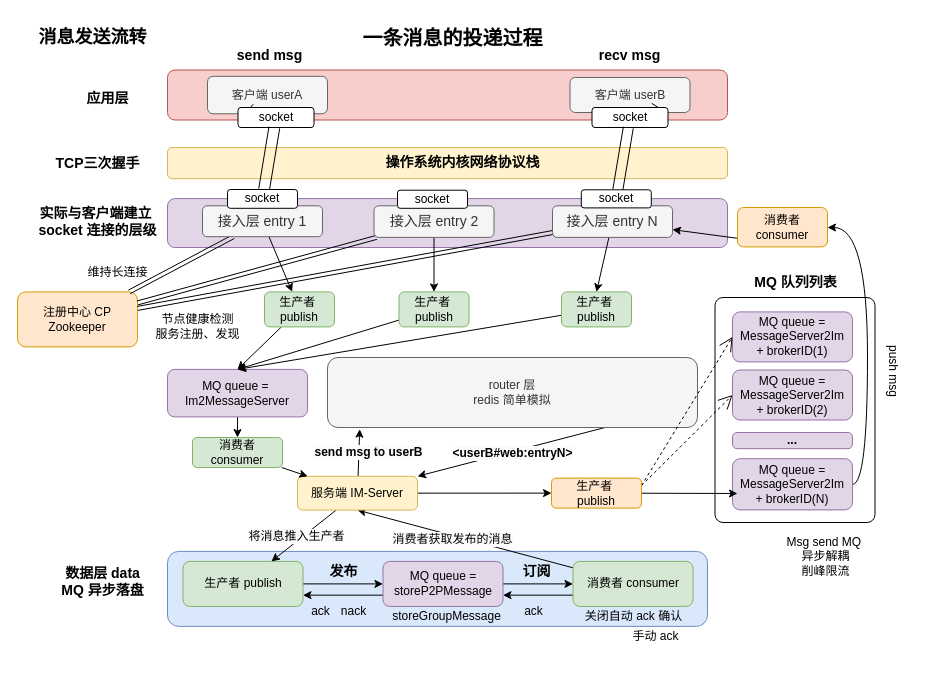
BanTanger/im-whale-shark keeps this draw.io diagram as page "消息投递过程分析" (9 of 12) of assert/design/im-system-design.drawio. Above is the earlier version. Source tidied: cells renumbered, new cells numbered last; positions are measured from the earlier drawing's top-left corner, leaving out a move shared by most shapes. Both pictures are drawn from the tidied source at 100%, with x=0, y=0 at pixel (17, 17).
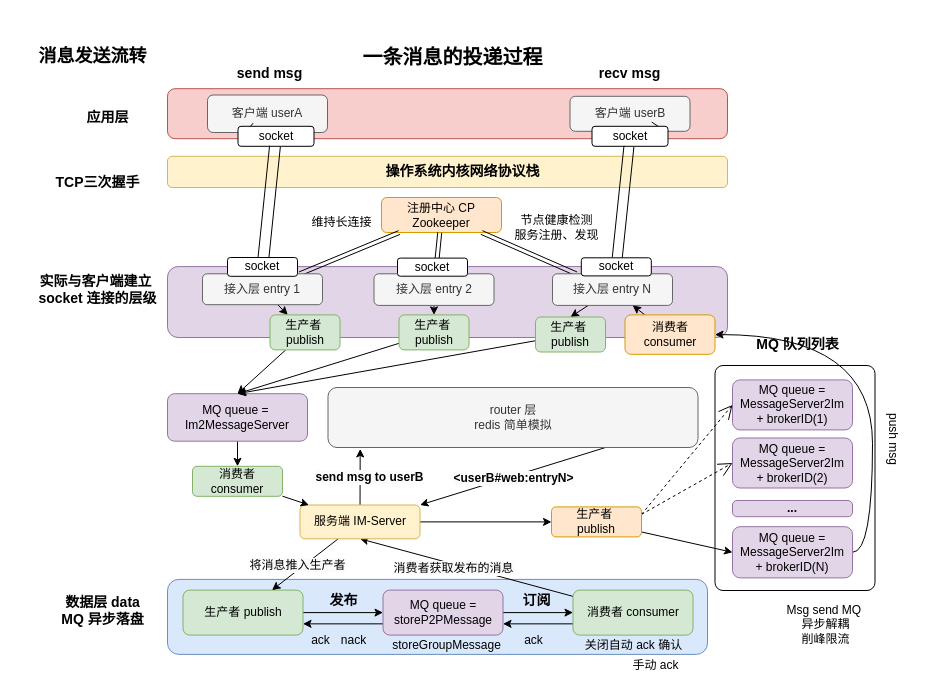
Above is the later version.

Commit message:
消息发送流转

The change refers to these unchanged cells:
```xml
<mxCell id="55" style="rounded=0;jettySize=auto;html=1;entryX=1;entryY=0;entryDx=0;entryDy=0;exitX=0.75;exitY=1;exitDx=0;exitDy=0;" parent="1" edge="1" source="57" target="41">
  <mxGeometry relative="1" as="geometry" />
</mxCell>
```

The edit, as a diff of the source:
```diff
@@
     <mxCell id="2" style="rounded=1;whiteSpace=wrap;html=1;fillColor=#e1d5e7;strokeColor=#9673a6;" parent="1" vertex="1">
-      <mxGeometry x="150" y="181.1" width="560" height="48.9" as="geometry" />
+      <mxGeometry x="150" y="249.1" width="560" height="70.9" as="geometry" />
     </mxCell>
     <mxCell id="3" style="rounded=1;whiteSpace=wrap;html=1;fillColor=#dae8fc;strokeColor=#6c8ebf;" parent="1" vertex="1">
-      <mxGeometry x="150" y="533.9" width="540" height="75" as="geometry" />
+      <mxGeometry x="150" y="561.9" width="540" height="75" as="geometry" />
     </mxCell>
     <mxCell id="4" style="rounded=1;whiteSpace=wrap;html=1;fillColor=#f8cecc;strokeColor=#b85450;" parent="1" vertex="1">
-      <mxGeometry x="150" y="52.5" width="560" height="50" as="geometry" />
+      <mxGeometry x="150" y="71.2" width="560" height="50" as="geometry" />
     </mxCell>
     <mxCell id="5" value="&lt;b&gt;&lt;font style=&quot;font-size: 20px;&quot;&gt;一条消息的投递过程&lt;/font&gt;&lt;/b&gt;" style="text;html=1;align=center;verticalAlign=middle;strokeColor=none;fillColor=none;" parent="1" vertex="1">
-      <mxGeometry x="335" width="200" height="40" as="geometry" />
+      <mxGeometry x="335" y="18.8" width="200" height="40" as="geometry" />
     </mxCell>
     <mxCell id="6" value="客户端 userA" style="rounded=1;whiteSpace=wrap;html=1;fillColor=#f5f5f5;strokeColor=#666666;fontColor=#333333;" parent="1" vertex="1">
-      <mxGeometry x="190" y="58.8" width="120" height="37.5" as="geometry" />
+      <mxGeometry x="190" y="77.5" width="120" height="37.5" as="geometry" />
     </mxCell>
     <mxCell id="7" value="客户端 userB" style="rounded=1;whiteSpace=wrap;html=1;fillColor=#f5f5f5;fontColor=#333333;strokeColor=#666666;" parent="1" vertex="1">
-      <mxGeometry x="552.5" y="60" width="120" height="35" as="geometry" />
+      <mxGeometry x="552.5" y="78.8" width="120" height="35" as="geometry" />
     </mxCell>
@@
     <mxCell id="9" value="生产者 publish" style="rounded=1;whiteSpace=wrap;html=1;fillColor=#d5e8d4;strokeColor=#82b366;" parent="1" vertex="1">
-      <mxGeometry x="165.5" y="543.9" width="120" height="45" as="geometry" />
+      <mxGeometry x="165.5" y="572.6" width="120" height="45" as="geometry" />
     </mxCell>
@@
     <mxCell id="13" value="消费者 consumer" style="rounded=1;whiteSpace=wrap;html=1;fillColor=#d5e8d4;strokeColor=#82b366;" parent="1" vertex="1">
-      <mxGeometry x="555.5" y="543.9" width="120" height="45" as="geometry" />
+      <mxGeometry x="555.5" y="572.6" width="120" height="45" as="geometry" />
     </mxCell>
@@
     <mxCell id="16" value="MQ queue = &lt;br&gt;storeP2PMessage" style="rounded=1;whiteSpace=wrap;html=1;fillColor=#e1d5e7;strokeColor=#9673a6;" parent="1" vertex="1">
-      <mxGeometry x="365.5" y="543.9" width="120" height="45" as="geometry" />
+      <mxGeometry x="365.5" y="572.6" width="120" height="45" as="geometry" />
     </mxCell>
     <mxCell id="17" value="&lt;b&gt;&lt;font style=&quot;font-size: 14px;&quot;&gt;send msg&lt;/font&gt;&lt;/b&gt;" style="text;html=1;align=center;verticalAlign=middle;strokeColor=none;fillColor=none;" parent="1" vertex="1">
-      <mxGeometry x="206.5" y="22.5" width="90" height="30" as="geometry" />
+      <mxGeometry x="206.5" y="41.2" width="90" height="30" as="geometry" />
     </mxCell>
     <mxCell id="18" value="&lt;b&gt;&lt;font style=&quot;font-size: 14px;&quot;&gt;发布&lt;/font&gt;&lt;/b&gt;" style="text;html=1;align=center;verticalAlign=middle;strokeColor=none;fillColor=none;" parent="1" vertex="1">
-      <mxGeometry x="300.5" y="538.9" width="50" height="30" as="geometry" />
+      <mxGeometry x="300.5" y="567.6" width="50" height="30" as="geometry" />
     </mxCell>
     <mxCell id="19" value="&lt;b&gt;&lt;font style=&quot;font-size: 14px;&quot;&gt;订阅&lt;/font&gt;&lt;/b&gt;" style="text;html=1;align=center;verticalAlign=middle;strokeColor=none;fillColor=none;" parent="1" vertex="1">
-      <mxGeometry x="494" y="538.9" width="50" height="30" as="geometry" />
+      <mxGeometry x="494" y="567.6" width="50" height="30" as="geometry" />
     </mxCell>
     <mxCell id="20" value="&lt;b&gt;&lt;font style=&quot;font-size: 18px;&quot;&gt;消息发送流转&lt;/font&gt;&lt;/b&gt;" style="text;html=1;align=center;verticalAlign=middle;strokeColor=none;fillColor=none;" parent="1" vertex="1">
-      <mxGeometry x="10" width="130" height="40" as="geometry" />
+      <mxGeometry x="10" y="18.8" width="130" height="40" as="geometry" />
     </mxCell>
     <mxCell id="21" style="rounded=1;whiteSpace=wrap;html=1;fillColor=#fff2cc;strokeColor=#d6b656;" parent="1" vertex="1">
-      <mxGeometry x="150" y="130" width="560" height="31.2" as="geometry" />
+      <mxGeometry x="150" y="138.8" width="560" height="31.2" as="geometry" />
     </mxCell>
     <mxCell id="22" value="&lt;b style=&quot;&quot;&gt;&lt;font style=&quot;font-size: 14px;&quot;&gt;TCP三次握手&lt;/font&gt;&lt;/b&gt;" style="text;html=1;align=center;verticalAlign=middle;strokeColor=none;fillColor=none;" parent="1" vertex="1">
-      <mxGeometry x="25" y="131.2" width="110" height="30" as="geometry" />
+      <mxGeometry x="25" y="150" width="110" height="30" as="geometry" />
     </mxCell>
     <mxCell id="23" value="&lt;b&gt;&lt;font style=&quot;font-size: 14px;&quot;&gt;应用层&lt;/font&gt;&lt;/b&gt;" style="text;html=1;align=center;verticalAlign=middle;strokeColor=none;fillColor=none;" parent="1" vertex="1">
-      <mxGeometry x="55" y="66.2" width="70" height="30" as="geometry" />
+      <mxGeometry x="55" y="85" width="70" height="30" as="geometry" />
     </mxCell>
     <mxCell id="24" value="&lt;b&gt;&lt;font style=&quot;font-size: 14px;&quot;&gt;操作系统内核网络协议栈&lt;/font&gt;&lt;/b&gt;" style="text;html=1;align=center;verticalAlign=middle;strokeColor=none;fillColor=none;" parent="1" vertex="1">
-      <mxGeometry x="355" y="130" width="180" height="30" as="geometry" />
+      <mxGeometry x="355" y="138.8" width="180" height="30" as="geometry" />
     </mxCell>
     <mxCell id="25" value="Msg send MQ&amp;nbsp;&lt;div&gt;异步解耦&lt;/div&gt;&lt;div&gt;削峰限流&lt;/div&gt;" style="text;html=1;align=center;verticalAlign=middle;strokeColor=none;fillColor=none;" parent="1" vertex="1">
-      <mxGeometry x="757.5" y="508.9" width="100" height="60" as="geometry" />
+      <mxGeometry x="757.5" y="576.9" width="100" height="60" as="geometry" />
     </mxCell>
     <mxCell id="26" value="ack" style="text;html=1;align=center;verticalAlign=middle;strokeColor=none;fillColor=none;" parent="1" vertex="1">
-      <mxGeometry x="495.5" y="578.9" width="40" height="30" as="geometry" />
+      <mxGeometry x="495.5" y="607.6" width="40" height="30" as="geometry" />
     </mxCell>
     <mxCell id="27" value="ack" style="text;html=1;align=center;verticalAlign=middle;strokeColor=none;fillColor=none;" parent="1" vertex="1">
-      <mxGeometry x="282.5" y="578.9" width="40" height="30" as="geometry" />
+      <mxGeometry x="282.5" y="607.6" width="40" height="30" as="geometry" />
     </mxCell>
     <mxCell id="28" value="nack" style="text;html=1;align=center;verticalAlign=middle;strokeColor=none;fillColor=none;" parent="1" vertex="1">
-      <mxGeometry x="310.5" y="578.9" width="50" height="30" as="geometry" />
+      <mxGeometry x="310.5" y="607.6" width="50" height="30" as="geometry" />
     </mxCell>
     <mxCell id="29" value="关闭自动 ack 确认" style="text;html=1;align=center;verticalAlign=middle;strokeColor=none;fillColor=none;" parent="1" vertex="1">
-      <mxGeometry x="555.5" y="583.9" width="120" height="30" as="geometry" />
+      <mxGeometry x="555.5" y="612.6" width="120" height="30" as="geometry" />
     </mxCell>
     <mxCell id="30" value="手动 ack" style="text;html=1;align=center;verticalAlign=middle;strokeColor=none;fillColor=none;" parent="1" vertex="1">
-      <mxGeometry x="602.5" y="603.9" width="70" height="30" as="geometry" />
+      <mxGeometry x="602.5" y="632.6" width="70" height="30" as="geometry" />
     </mxCell>
     <mxCell id="31" style="rounded=1;whiteSpace=wrap;html=1;arcSize=5;" parent="1" vertex="1">
-      <mxGeometry x="697.5" y="280" width="160" height="225" as="geometry" />
+      <mxGeometry x="697.5" y="348" width="160" height="225" as="geometry" />
     </mxCell>
     <mxCell id="32" value="&lt;b&gt;&lt;font style=&quot;font-size: 14px;&quot;&gt;MQ 队列列表&lt;/font&gt;&lt;/b&gt;" style="text;html=1;align=center;verticalAlign=middle;strokeColor=none;fillColor=none;" parent="1" vertex="1">
-      <mxGeometry x="722.5" y="250" width="110" height="30" as="geometry" />
+      <mxGeometry x="725" y="312.4" width="110" height="30" as="geometry" />
     </mxCell>
     <mxCell id="33" value="MQ queue = &lt;br&gt;MessageServer2Im&lt;br&gt;+ brokerID(1)" style="rounded=1;whiteSpace=wrap;html=1;fillColor=#e1d5e7;strokeColor=#9673a6;" parent="1" vertex="1">
-      <mxGeometry x="715" y="294.4" width="120" height="50" as="geometry" />
+      <mxGeometry x="715" y="362.4" width="120" height="50" as="geometry" />
     </mxCell>
     <mxCell id="34" value="&lt;b&gt;&lt;font style=&quot;font-size: 14px;&quot;&gt;实际与客户端建立&amp;nbsp;&lt;/font&gt;&lt;/b&gt;&lt;div&gt;&lt;b&gt;&lt;font style=&quot;font-size: 14px;&quot;&gt;socket 连接的层级&lt;/font&gt;&lt;/b&gt;&lt;/div&gt;" style="text;html=1;align=center;verticalAlign=middle;strokeColor=none;fillColor=none;" parent="1" vertex="1">
-      <mxGeometry x="10" y="179.4" width="140" height="50" as="geometry" />
+      <mxGeometry x="10" y="247.4" width="140" height="50" as="geometry" />
     </mxCell>
     <mxCell id="35" value="注册中心 CP&lt;br&gt;Zookeeper" style="rounded=1;whiteSpace=wrap;html=1;fillColor=#ffe6cc;strokeColor=#d79b00;" parent="1" vertex="1">
-      <mxGeometry y="274.4" width="120" height="55" as="geometry" />
+      <mxGeometry x="364" y="180" width="120" height="35" as="geometry" />
     </mxCell>
@@
     <mxCell id="41" value="服务端 IM-Server" style="rounded=1;whiteSpace=wrap;html=1;fillColor=#fff2cc;strokeColor=#d6b656;" parent="1" vertex="1">
-      <mxGeometry x="280" y="458.8" width="120" height="33.8" as="geometry" />
+      <mxGeometry x="282.5" y="487.5" width="120" height="33.8" as="geometry" />
     </mxCell>
     <mxCell id="42" value="MQ queue = &lt;br&gt;MessageServer2Im&lt;br&gt;+ brokerID(2)" style="rounded=1;whiteSpace=wrap;html=1;fillColor=#e1d5e7;strokeColor=#9673a6;" parent="1" vertex="1">
-      <mxGeometry x="715" y="352.5" width="120" height="50" as="geometry" />
+      <mxGeometry x="715" y="420.5" width="120" height="50" as="geometry" />
     </mxCell>
-    <mxCell id="43" style="rounded=0;jettySize=auto;html=1;edgeStyle=orthogonalEdgeStyle;curved=1;" parent="1" edge="1" source="44" target="88">
-      <mxGeometry relative="1" as="geometry">
-        <Array as="points">
-          <mxPoint x="850" y="467" />
-          <mxPoint x="850" y="210" />
-        </Array>
-      </mxGeometry>
+    <mxCell id="43" style="edgeStyle=orthogonalEdgeStyle;rounded=0;jettySize=auto;html=1;entryX=1;entryY=0.5;entryDx=0;entryDy=0;curved=1;exitX=1;exitY=0.5;exitDx=0;exitDy=0;" parent="1" edge="1" source="44" target="88">
+      <mxGeometry relative="1" as="geometry" />
     </mxCell>
     <mxCell id="44" value="MQ queue = &lt;br&gt;MessageServer2Im&lt;br&gt;+ brokerID(N)" style="rounded=1;whiteSpace=wrap;html=1;fillColor=#e1d5e7;strokeColor=#9673a6;" parent="1" vertex="1">
-      <mxGeometry x="715" y="441.2" width="120" height="51.2" as="geometry" />
+      <mxGeometry x="715" y="509.2" width="120" height="51.2" as="geometry" />
     </mxCell>
@@
     <mxCell id="46" value="socket" style="rounded=1;whiteSpace=wrap;html=1;" parent="1" vertex="1">
-      <mxGeometry x="220.5" y="90" width="76" height="20" as="geometry" />
+      <mxGeometry x="220.5" y="108.8" width="76" height="20" as="geometry" />
     </mxCell>
@@
     <mxCell id="48" value="socket" style="rounded=1;whiteSpace=wrap;html=1;" parent="1" vertex="1">
-      <mxGeometry x="574.5" y="90" width="76" height="20" as="geometry" />
+      <mxGeometry x="574.5" y="108.8" width="76" height="20" as="geometry" />
     </mxCell>
     <mxCell id="49" value="push msg" style="text;html=1;align=center;verticalAlign=middle;strokeColor=none;fillColor=none;textDirection=vertical-lr;" parent="1" vertex="1">
-      <mxGeometry x="835" y="351.9" width="80" height="30" as="geometry" />
+      <mxGeometry x="835" y="419.9" width="80" height="30" as="geometry" />
     </mxCell>
     <mxCell id="50" value="维持长连接" style="text;html=1;align=center;verticalAlign=middle;strokeColor=none;fillColor=none;" parent="1" vertex="1">
-      <mxGeometry x="60" y="240" width="80" height="30" as="geometry" />
+      <mxGeometry x="284" y="190" width="80" height="30" as="geometry" />
     </mxCell>
@@
     <mxCell id="52" value="消费者&lt;br&gt;consumer" style="rounded=1;whiteSpace=wrap;html=1;fillColor=#d5e8d4;strokeColor=#82b366;" parent="1" vertex="1">
-      <mxGeometry x="175" y="420" width="90" height="30" as="geometry" />
+      <mxGeometry x="175" y="448.8" width="90" height="30" as="geometry" />
     </mxCell>
     <mxCell id="53" value="&lt;div&gt;&lt;font style=&quot;font-size: 14px;&quot;&gt;&lt;b&gt;数据层 data&lt;/b&gt;&lt;/font&gt;&lt;/div&gt;&lt;b style=&quot;&quot;&gt;&lt;font style=&quot;font-size: 14px;&quot;&gt;MQ 异步落盘&lt;/font&gt;&lt;/b&gt;" style="text;html=1;align=center;verticalAlign=middle;strokeColor=none;fillColor=none;" parent="1" vertex="1">
-      <mxGeometry x="30" y="538.9" width="110" height="50" as="geometry" />
+      <mxGeometry x="30" y="567.6" width="110" height="50" as="geometry" />
     </mxCell>
     <mxCell id="54" value="节点健康检测&lt;div&gt;服务注册、发现&lt;/div&gt;" style="text;html=1;align=center;verticalAlign=middle;strokeColor=none;fillColor=none;" parent="1" vertex="1">
-      <mxGeometry x="125" y="289.4" width="110" height="40" as="geometry" />
+      <mxGeometry x="484" y="190" width="110" height="40" as="geometry" />
     </mxCell>
@@
     <mxCell id="56" value="&lt;b style=&quot;font-size: 12px; background-color: rgb(251, 251, 251);&quot;&gt;&amp;lt;userB#web:entryN&amp;gt;&lt;/b&gt;" style="edgeLabel;html=1;align=center;verticalAlign=middle;" parent="55" vertex="1">
       <mxGeometry x="0.08" y="-1" relative="1" as="geometry">
-        <mxPoint x="9" as="offset" />
+        <mxPoint x="8" as="offset" />
       </mxGeometry>
     </mxCell>
     <mxCell id="57" value="router 层&lt;div&gt;redis 简单模拟&lt;/div&gt;" style="rounded=1;whiteSpace=wrap;html=1;fillColor=#f5f5f5;fontColor=#333333;strokeColor=#666666;" parent="1" vertex="1">
-      <mxGeometry x="310" y="340" width="370" height="70" as="geometry" />
+      <mxGeometry x="310.5" y="370" width="370" height="60" as="geometry" />
     </mxCell>
     <mxCell id="58" value="&lt;b&gt;...&lt;/b&gt;" style="rounded=1;whiteSpace=wrap;html=1;fillColor=#e1d5e7;strokeColor=#9673a6;arcSize=28;" parent="1" vertex="1">
-      <mxGeometry x="715" y="415" width="120" height="16.2" as="geometry" />
+      <mxGeometry x="715" y="483" width="120" height="16.2" as="geometry" />
     </mxCell>
     <mxCell id="59" value="&lt;b&gt;&lt;font style=&quot;font-size: 14px;&quot;&gt;recv msg&lt;/font&gt;&lt;/b&gt;" style="text;html=1;align=center;verticalAlign=middle;strokeColor=none;fillColor=none;" parent="1" vertex="1">
-      <mxGeometry x="572" y="22.5" width="80" height="30" as="geometry" />
+      <mxGeometry x="572" y="41.2" width="80" height="30" as="geometry" />
     </mxCell>
     <mxCell id="60" value="&lt;span style=&quot;text-wrap: wrap;&quot;&gt;storeGroupMessage&lt;/span&gt;" style="text;html=1;align=center;verticalAlign=middle;strokeColor=none;fillColor=none;" parent="1" vertex="1">
-      <mxGeometry x="364" y="583.9" width="130" height="30" as="geometry" />
+      <mxGeometry x="364" y="612.6" width="130" height="30" as="geometry" />
     </mxCell>
-    <mxCell id="61" style="rounded=0;jettySize=auto;html=1;" parent="1" edge="1" source="64">
-      <mxGeometry relative="1" as="geometry">
-        <mxPoint x="720" y="476" as="targetPoint" />
-      </mxGeometry>
+    <mxCell id="61" style="rounded=0;jettySize=auto;html=1;entryX=0;entryY=0.5;entryDx=0;entryDy=0;" parent="1" edge="1" source="64" target="44">
+      <mxGeometry relative="1" as="geometry" />
     </mxCell>
@@
     <mxCell id="64" value="生产者&amp;nbsp;&lt;div&gt;publish&lt;/div&gt;" style="rounded=1;whiteSpace=wrap;html=1;fillColor=#ffe6cc;strokeColor=#d79b00;" parent="1" vertex="1">
-      <mxGeometry x="534" y="460.6" width="90" height="30" as="geometry" />
+      <mxGeometry x="534" y="489.4" width="90" height="30" as="geometry" />
     </mxCell>
@@
     <mxCell id="66" value="MQ queue =&amp;nbsp;&lt;div&gt;Im2MessageServer&lt;/div&gt;" style="rounded=1;whiteSpace=wrap;html=1;fillColor=#e1d5e7;strokeColor=#9673a6;" parent="1" vertex="1">
-      <mxGeometry x="150" y="351.9" width="140" height="47.5" as="geometry" />
+      <mxGeometry x="150" y="376.2" width="140" height="47.5" as="geometry" />
     </mxCell>
@@
-    <mxCell id="69" value="&lt;font style=&quot;font-size: 14px;&quot;&gt;接入层&amp;nbsp;&lt;/font&gt;&lt;span style=&quot;font-size: 14px; background-color: initial;&quot;&gt;entry N&lt;/span&gt;" style="rounded=1;whiteSpace=wrap;html=1;fillColor=#f5f5f5;strokeColor=#666666;fontColor=#333333;" parent="1" vertex="1">
-      <mxGeometry x="535" y="188.3" width="120" height="31.6" as="geometry" />
+    <mxCell id="69" value="&lt;font style=&quot;font-size: 12px;&quot;&gt;&lt;font style=&quot;&quot;&gt;接入层&amp;nbsp;&lt;/font&gt;&lt;span style=&quot;background-color: initial;&quot;&gt;entry N&lt;/span&gt;&lt;/font&gt;" style="rounded=1;whiteSpace=wrap;html=1;fillColor=#f5f5f5;strokeColor=#666666;fontColor=#333333;" parent="1" vertex="1">
+      <mxGeometry x="535" y="256.3" width="120" height="31.6" as="geometry" />
     </mxCell>
@@
     <mxCell id="71" value="socket" style="rounded=1;whiteSpace=wrap;html=1;" parent="1" vertex="1">
-      <mxGeometry x="563.8" y="172.3" width="70" height="18.1" as="geometry" />
+      <mxGeometry x="563.8" y="240.3" width="70" height="18.1" as="geometry" />
     </mxCell>
@@
     <mxCell id="73" value="生产者&amp;nbsp;&lt;div&gt;publish&lt;/div&gt;" style="rounded=1;whiteSpace=wrap;html=1;fillColor=#d5e8d4;strokeColor=#82b366;" parent="1" vertex="1">
-      <mxGeometry x="544" y="274.4" width="70" height="35" as="geometry" />
+      <mxGeometry x="518" y="299.5" width="70" height="35" as="geometry" />
     </mxCell>
@@
-    <mxCell id="76" value="&lt;font style=&quot;font-size: 14px;&quot;&gt;接入层&amp;nbsp;&lt;/font&gt;&lt;span style=&quot;font-size: 14px; background-color: initial;&quot;&gt;entry 2&lt;/span&gt;" style="rounded=1;whiteSpace=wrap;html=1;fillColor=#f5f5f5;strokeColor=#666666;fontColor=#333333;" parent="1" vertex="1">
-      <mxGeometry x="356.5" y="188.3" width="120" height="31.6" as="geometry" />
+    <mxCell id="76" value="&lt;font style=&quot;font-size: 12px;&quot;&gt;&lt;font style=&quot;&quot;&gt;接入层&amp;nbsp;&lt;/font&gt;&lt;span style=&quot;background-color: initial;&quot;&gt;entry 2&lt;/span&gt;&lt;/font&gt;" style="rounded=1;whiteSpace=wrap;html=1;fillColor=#f5f5f5;strokeColor=#666666;fontColor=#333333;" parent="1" vertex="1">
+      <mxGeometry x="356.5" y="256.3" width="120" height="31.6" as="geometry" />
     </mxCell>
     <mxCell id="77" value="socket" style="rounded=1;whiteSpace=wrap;html=1;" parent="1" vertex="1">
-      <mxGeometry x="380" y="172.7" width="70" height="18.1" as="geometry" />
+      <mxGeometry x="380" y="240.6" width="70" height="18.1" as="geometry" />
     </mxCell>
@@
     <mxCell id="79" value="生产者&amp;nbsp;&lt;div&gt;publish&lt;/div&gt;" style="rounded=1;whiteSpace=wrap;html=1;fillColor=#d5e8d4;strokeColor=#82b366;" parent="1" vertex="1">
-      <mxGeometry x="381.5" y="274.4" width="70" height="35" as="geometry" />
+      <mxGeometry x="381.5" y="297.4" width="70" height="35" as="geometry" />
     </mxCell>
@@
-    <mxCell id="82" value="&lt;font style=&quot;font-size: 14px;&quot;&gt;接入层&amp;nbsp;&lt;/font&gt;&lt;span style=&quot;font-size: 14px; background-color: initial;&quot;&gt;entry 1&lt;/span&gt;" style="rounded=1;whiteSpace=wrap;html=1;fillColor=#f5f5f5;strokeColor=#666666;fontColor=#333333;" parent="1" vertex="1">
-      <mxGeometry x="185" y="188.3" width="120" height="30.9" as="geometry" />
+    <mxCell id="82" value="&lt;font style=&quot;font-size: 12px;&quot;&gt;&lt;font style=&quot;&quot;&gt;接入层&amp;nbsp;&lt;/font&gt;&lt;span style=&quot;background-color: initial;&quot;&gt;entry 1&lt;/span&gt;&lt;/font&gt;" style="rounded=1;whiteSpace=wrap;html=1;fillColor=#f5f5f5;strokeColor=#666666;fontColor=#333333;" parent="1" vertex="1">
+      <mxGeometry x="185" y="256.3" width="120" height="30.9" as="geometry" />
     </mxCell>
@@
     <mxCell id="84" value="socket" style="rounded=1;whiteSpace=wrap;html=1;" parent="1" vertex="1">
-      <mxGeometry x="210" y="172" width="70" height="18.8" as="geometry" />
+      <mxGeometry x="210" y="240" width="70" height="18.8" as="geometry" />
     </mxCell>
@@
     <mxCell id="86" value="生产者&amp;nbsp;&lt;div&gt;publish&lt;/div&gt;" style="rounded=1;whiteSpace=wrap;html=1;fillColor=#d5e8d4;strokeColor=#82b366;" parent="1" vertex="1">
-      <mxGeometry x="247" y="274.4" width="70" height="35" as="geometry" />
+      <mxGeometry x="252.5" y="297.4" width="70" height="35" as="geometry" />
     </mxCell>
-    <mxCell id="87" style="rounded=0;jettySize=auto;html=1;" parent="1" edge="1" target="69">
-      <mxGeometry relative="1" as="geometry">
-        <mxPoint x="720" y="220.8" as="sourcePoint" />
-      </mxGeometry>
-    </mxCell>
+    <mxCell id="89" style="rounded=0;jettySize=auto;html=1;" parent="1" edge="1" source="88" target="69">
+      <mxGeometry relative="1" as="geometry" />
+    </mxCell>
     <mxCell id="88" value="消费者&lt;br&gt;consumer" style="rounded=1;whiteSpace=wrap;html=1;fillColor=#ffe6cc;strokeColor=#d79b00;" parent="1" vertex="1">
-      <mxGeometry x="720" y="190" width="90" height="39.4" as="geometry" />
+      <mxGeometry x="607.5" y="297.4" width="90" height="39.4" as="geometry" />
     </mxCell>
```
